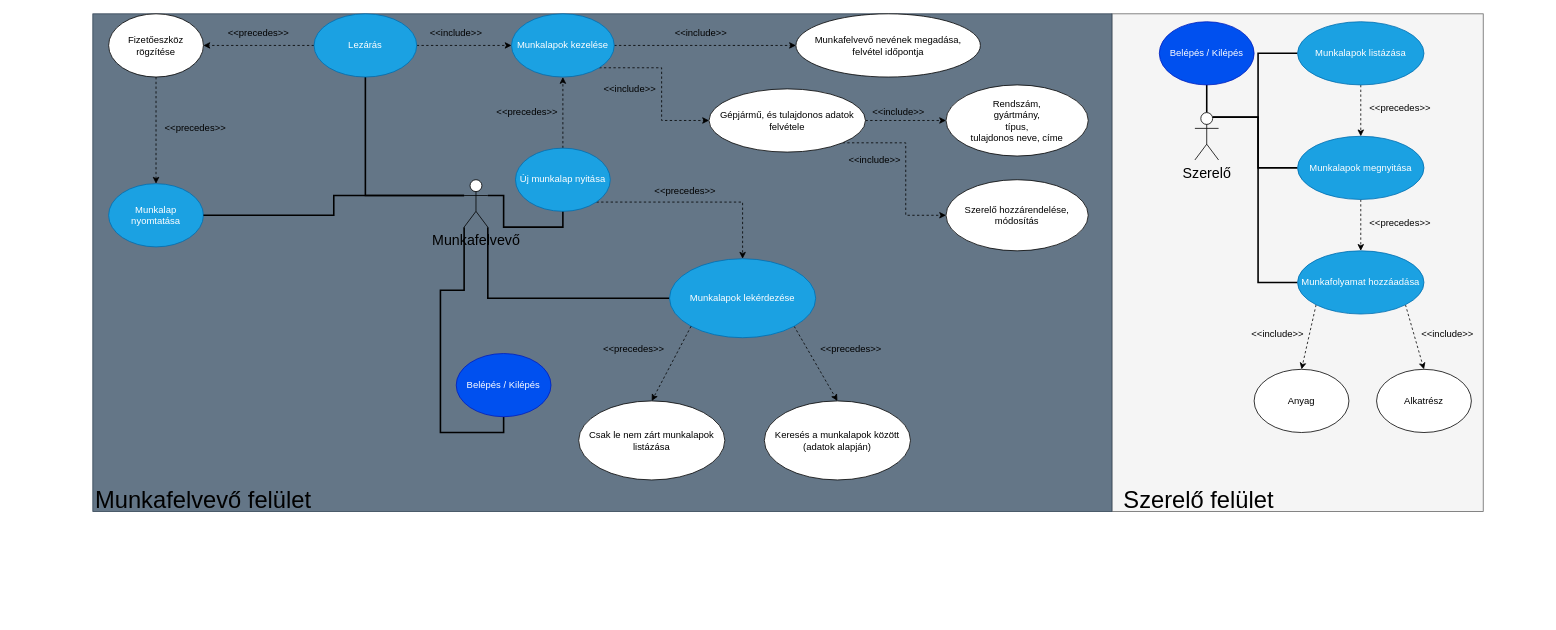
This is Docs/diagram.drawio from Uni-Sopron/Szerelomuhely_beadando, a draw.io file, before an edit. Source tidied: cells renumbered, new cells numbered last; positions are measured from the earlier drawing's top-left corner, leaving out a move shared by most shapes. Both pictures are drawn from the tidied source at 79%, with x=0, y=0 at pixel (61, 13).
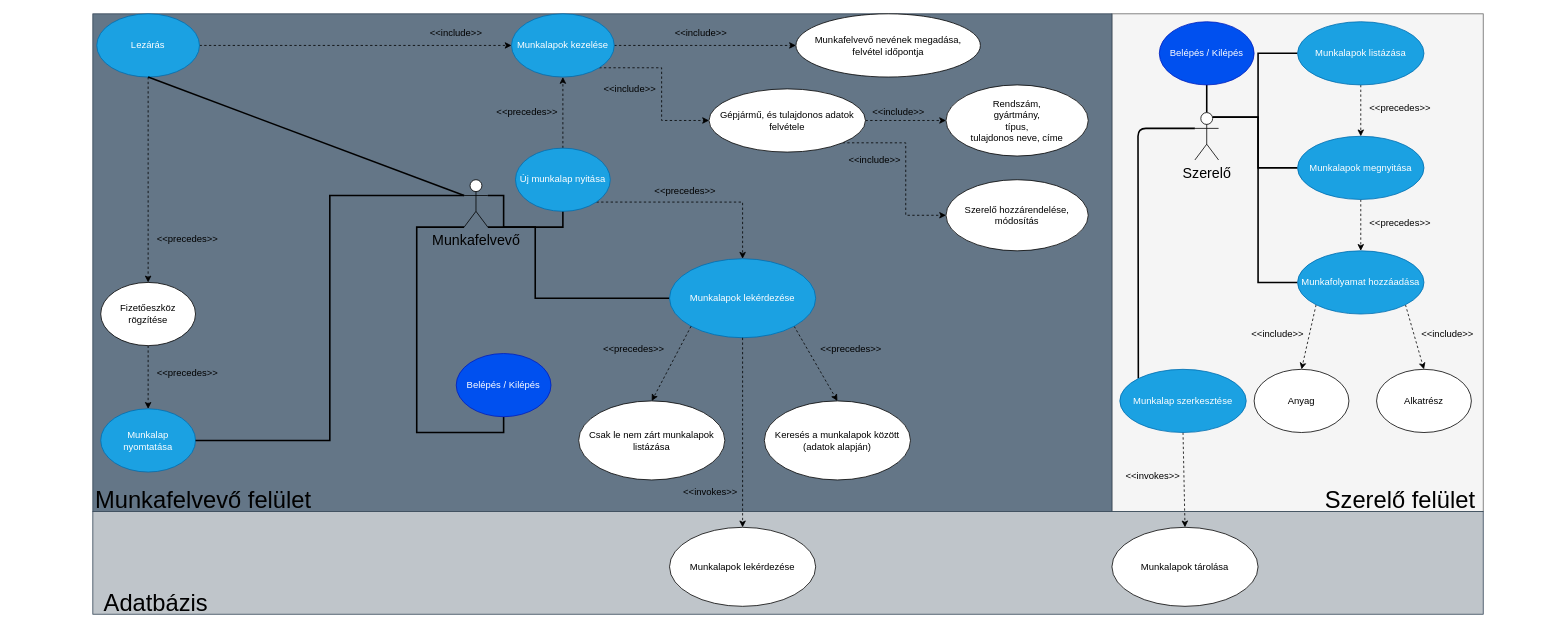
Above is the later version.

The change refers to these unchanged cells:
```xml
<mxCell id="9" value="Munkafelvevő" style="shape=umlActor;verticalLabelPosition=bottom;verticalAlign=top;html=1;outlineConnect=0;fontSize=18;" parent="1" vertex="1">
  <mxGeometry x="510" y="210" width="30" height="60" as="geometry" />
</mxCell>
<mxCell id="10" value="Belépés / Kilépés" style="ellipse;whiteSpace=wrap;html=1;fillColor=#0050ef;fontColor=#ffffff;strokeColor=#001DBC;" parent="1" vertex="1">
  <mxGeometry x="500" y="430" width="120" height="80" as="geometry" />
</mxCell>
<mxCell id="26" value="Munkalapok lekérdezése" style="ellipse;whiteSpace=wrap;html=1;fillColor=#1ba1e2;fontColor=#ffffff;strokeColor=#006EAF;" parent="1" vertex="1">
  <mxGeometry x="770" y="310" width="185" height="100" as="geometry" />
</mxCell>
<mxCell id="47" value="Szerelő" style="shape=umlActor;verticalLabelPosition=bottom;verticalAlign=top;html=1;outlineConnect=0;fontSize=18;" parent="1" vertex="1">
  <mxGeometry x="1435" y="125" width="30" height="60" as="geometry" />
</mxCell>
```

What changed in the source:
```diff
@@
     <mxCell id="4" style="rounded=0;jettySize=auto;html=1;exitX=0;exitY=1;exitDx=0;exitDy=0;exitPerimeter=0;strokeWidth=2;entryX=0.5;entryY=1;entryDx=0;entryDy=0;flowAnimation=0;edgeStyle=orthogonalEdgeStyle;endArrow=none;endFill=0;" parent="1" edge="1" source="9" target="10">
-      <mxGeometry relative="1" as="geometry" />
+      <mxGeometry relative="1" as="geometry">
+        <Array as="points">
+          <mxPoint x="450" y="270" />
+          <mxPoint x="450" y="530" />
+          <mxPoint x="560" y="530" />
+        </Array>
+      </mxGeometry>
     </mxCell>
@@
     <mxCell id="6" style="edgeStyle=orthogonalEdgeStyle;rounded=0;jettySize=auto;html=1;exitX=1;exitY=1;exitDx=0;exitDy=0;exitPerimeter=0;entryX=0;entryY=0.5;entryDx=0;entryDy=0;strokeWidth=2;endArrow=none;endFill=0;" parent="1" edge="1" source="9" target="26">
-      <mxGeometry relative="1" as="geometry" />
+      <mxGeometry relative="1" as="geometry">
+        <Array as="points">
+          <mxPoint x="600" y="270" />
+          <mxPoint x="600" y="360" />
+        </Array>
+      </mxGeometry>
     </mxCell>
@@
-    <mxCell id="8" style="edgeStyle=orthogonalEdgeStyle;rounded=0;jettySize=auto;html=1;exitX=0;exitY=0.3333333333333333;exitDx=0;exitDy=0;exitPerimeter=0;entryX=0.5;entryY=1;entryDx=0;entryDy=0;endArrow=none;endFill=0;strokeWidth=2;" parent="1" edge="1" source="9" target="35">
-      <mxGeometry relative="1" as="geometry" />
-    </mxCell>
@@
-    <mxCell id="34" style="edgeStyle=orthogonalEdgeStyle;rounded=0;jettySize=auto;html=1;exitX=0;exitY=0.5;exitDx=0;exitDy=0;entryX=1;entryY=0.5;entryDx=0;entryDy=0;dashed=1;" parent="1" edge="1" source="35" target="37">
+    <mxCell id="34" style="edgeStyle=none;html=1;exitX=0.5;exitY=1;exitDx=0;exitDy=0;entryX=0.5;entryY=0;entryDx=0;entryDy=0;dashed=1;" parent="1" edge="1" source="35" target="37">
       <mxGeometry relative="1" as="geometry" />
     </mxCell>
     <mxCell id="35" value="Lezárás" style="ellipse;whiteSpace=wrap;html=1;fillColor=#1ba1e2;fontColor=#ffffff;strokeColor=#006EAF;" parent="1" vertex="1">
-      <mxGeometry x="320" width="130" height="80" as="geometry" />
+      <mxGeometry x="45" width="130" height="80" as="geometry" />
     </mxCell>
@@
     <mxCell id="37" value="Fizetőeszköz rögzítése" style="ellipse;whiteSpace=wrap;html=1;" parent="1" vertex="1">
-      <mxGeometry x="60" width="120" height="80" as="geometry" />
+      <mxGeometry x="50" y="340" width="120" height="80" as="geometry" />
     </mxCell>
@@
     <mxCell id="39" value="&amp;lt;&amp;lt;precedes&amp;gt;&amp;gt;" style="text;html=1;whiteSpace=wrap;strokeColor=none;fillColor=none;align=center;verticalAlign=middle;rounded=0;" parent="1" vertex="1">
-      <mxGeometry x="220" y="10" width="60" height="30" as="geometry" />
+      <mxGeometry x="130" y="270" width="60" height="30" as="geometry" />
     </mxCell>
     <mxCell id="40" value="Munkalap&lt;div&gt;nyomtatása&lt;/div&gt;" style="ellipse;whiteSpace=wrap;html=1;fillColor=#1ba1e2;fontColor=#ffffff;strokeColor=#006EAF;" parent="1" vertex="1">
-      <mxGeometry x="60" y="215" width="120" height="80" as="geometry" />
+      <mxGeometry x="50" y="500" width="120" height="80" as="geometry" />
     </mxCell>
     <mxCell id="41" value="&amp;lt;&amp;lt;precedes&amp;gt;&amp;gt;" style="text;html=1;whiteSpace=wrap;strokeColor=none;fillColor=none;align=center;verticalAlign=middle;rounded=0;" parent="1" vertex="1">
-      <mxGeometry x="140" y="130" width="60" height="30" as="geometry" />
+      <mxGeometry x="130" y="440" width="60" height="30" as="geometry" />
     </mxCell>
@@
+    <mxCell id="67" style="edgeStyle=none;html=1;exitX=0;exitY=0.3333333333333333;exitDx=0;exitDy=0;exitPerimeter=0;entryX=0;entryY=0;entryDx=0;entryDy=0;endArrow=none;endFill=0;strokeWidth=2;" parent="1" edge="1" source="47" target="76">
+      <mxGeometry relative="1" as="geometry">
+        <Array as="points">
+          <mxPoint x="1363" y="145" />
+        </Array>
+      </mxGeometry>
+    </mxCell>
@@
     <mxCell id="66" value="&lt;font style=&quot;font-size: 30px;&quot;&gt;Szerelő felület&lt;/font&gt;" style="text;html=1;whiteSpace=wrap;align=center;verticalAlign=middle;rounded=0;" parent="1" vertex="1">
-      <mxGeometry x="1260" y="600" width="360" height="30" as="geometry" />
+      <mxGeometry x="1515" y="600" width="360" height="30" as="geometry" />
     </mxCell>
+    <mxCell id="68" style="rounded=0;whiteSpace=wrap;html=1;fillColor=light-dark(#bfc5ca, #7d8c9b);fontColor=#ffffff;strokeColor=#314354;" parent="1" vertex="1">
+      <mxGeometry x="40" y="630" width="1760" height="130" as="geometry" />
+    </mxCell>
+    <mxCell id="69" value="&lt;font style=&quot;font-size: 30px;&quot;&gt;Adatbázis&lt;/font&gt;" style="text;html=1;whiteSpace=wrap;align=center;verticalAlign=middle;rounded=0;" parent="1" vertex="1">
+      <mxGeometry x="-60" y="730" width="360" height="30" as="geometry" />
+    </mxCell>
+    <mxCell id="70" value="Munkalapok lekérdezése" style="ellipse;whiteSpace=wrap;html=1;" parent="1" vertex="1">
+      <mxGeometry x="770" y="650" width="185" height="100" as="geometry" />
+    </mxCell>
+    <mxCell id="71" value="Munkalapok tárolása" style="ellipse;whiteSpace=wrap;html=1;" parent="1" vertex="1">
+      <mxGeometry x="1330" y="650" width="185" height="100" as="geometry" />
+    </mxCell>
+    <mxCell id="72" style="edgeStyle=none;html=1;exitX=0.5;exitY=1;exitDx=0;exitDy=0;dashed=1;" parent="1" edge="1" source="26" target="70">
+      <mxGeometry relative="1" as="geometry" />
+    </mxCell>
+    <mxCell id="73" value="&amp;lt;&amp;lt;invokes&amp;gt;&amp;gt;" style="text;html=1;whiteSpace=wrap;strokeColor=none;fillColor=none;align=center;verticalAlign=middle;rounded=0;" parent="1" vertex="1">
+      <mxGeometry x="780" y="590" width="84" height="30" as="geometry" />
+    </mxCell>
+    <mxCell id="74" style="edgeStyle=none;html=1;exitX=0.5;exitY=1;exitDx=0;exitDy=0;entryX=0;entryY=0.3333333333333333;entryDx=0;entryDy=0;entryPerimeter=0;endArrow=none;endFill=0;strokeWidth=2;" parent="1" edge="1" source="35" target="9">
+      <mxGeometry relative="1" as="geometry" />
+    </mxCell>
+    <mxCell id="75" style="edgeStyle=none;html=1;exitX=0.5;exitY=1;exitDx=0;exitDy=0;entryX=0.5;entryY=0;entryDx=0;entryDy=0;dashed=1;" parent="1" edge="1" source="76" target="71">
+      <mxGeometry relative="1" as="geometry" />
+    </mxCell>
+    <mxCell id="76" value="Munkalap szerkesztése" style="ellipse;whiteSpace=wrap;html=1;fillColor=#1ba1e2;fontColor=#ffffff;strokeColor=#006EAF;" parent="1" vertex="1">
+      <mxGeometry x="1340" y="450" width="160" height="80" as="geometry" />
+    </mxCell>
+    <mxCell id="77" value="&amp;lt;&amp;lt;invokes&amp;gt;&amp;gt;" style="text;html=1;whiteSpace=wrap;strokeColor=none;fillColor=none;align=center;verticalAlign=middle;rounded=0;" parent="1" vertex="1">
+      <mxGeometry x="1340" y="570" width="84" height="30" as="geometry" />
+    </mxCell>
```
